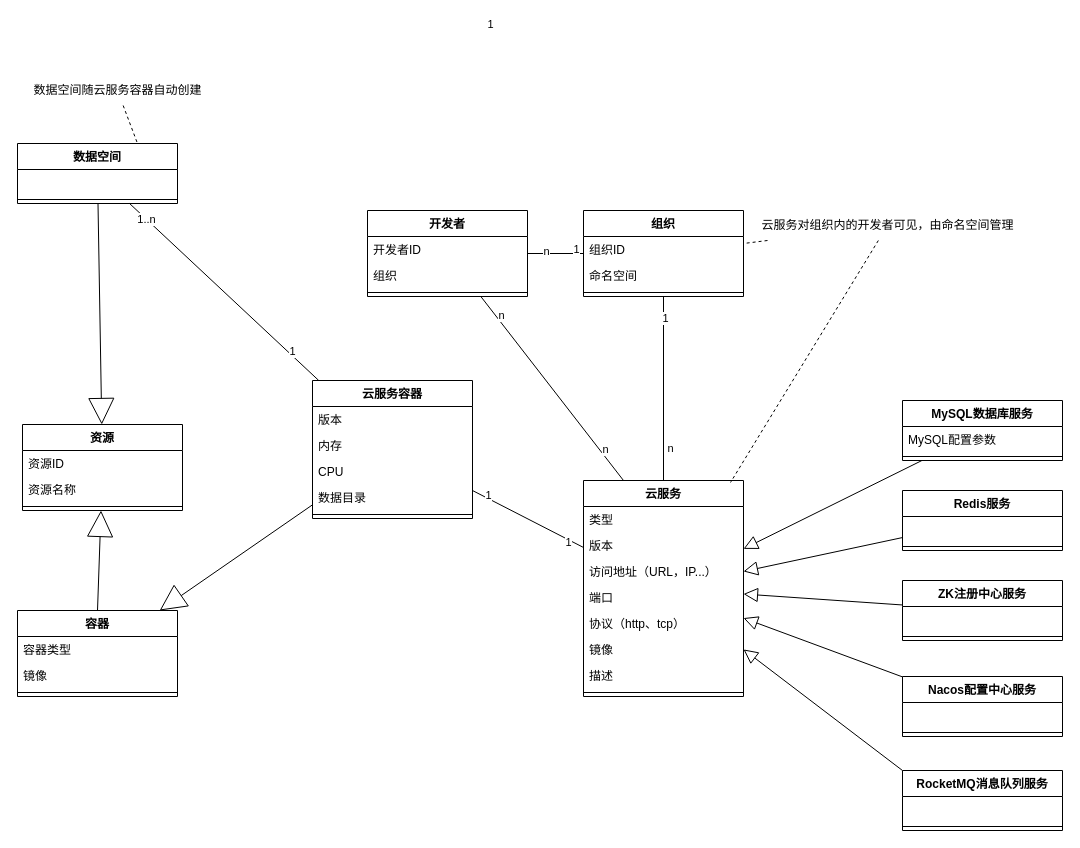
The draw.io diagram page "领域模型-云服务" (3 of 5) of _design_file/03.domain/001.domain.drawio in tatawind/cloud-workspace-docs, before the edit. Source tidied: cells renumbered, new cells numbered last; positions are measured from the earlier drawing's top-left corner, leaving out a move shared by most shapes. Both pictures are drawn from the tidied source at 100%, with x=0, y=0 at pixel (17, 23).
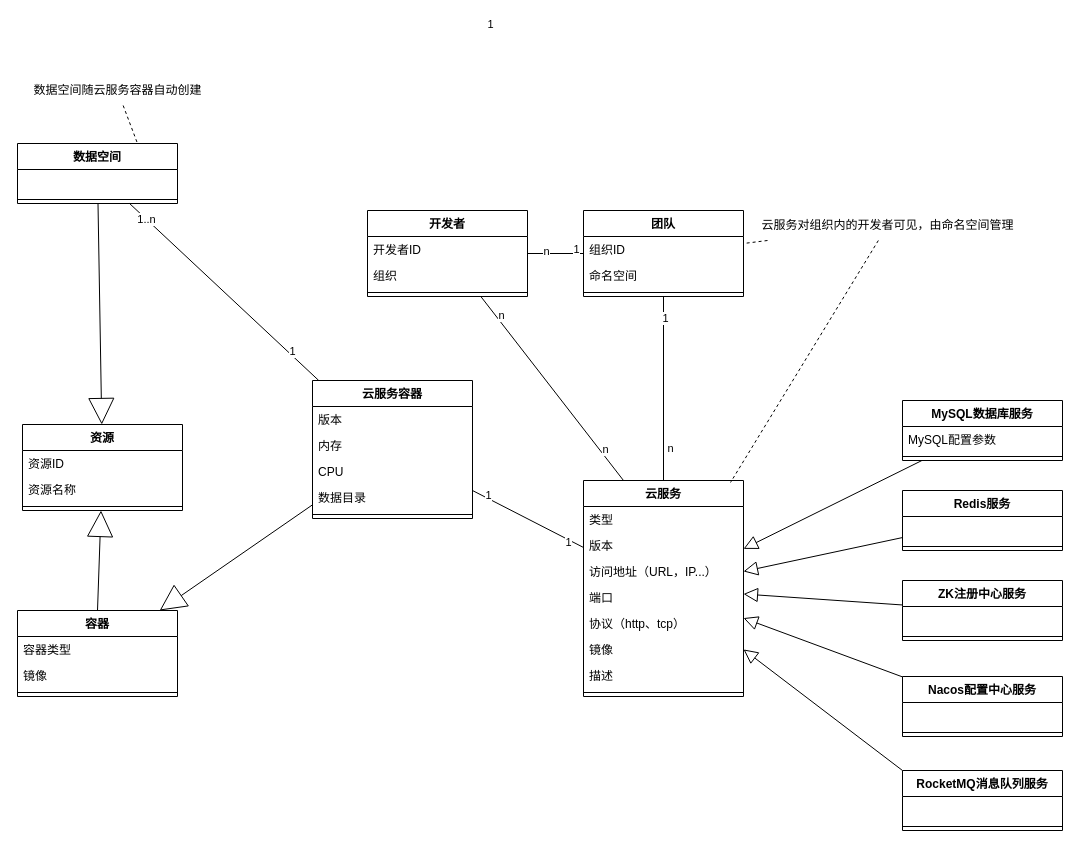
The same diagram, later.

The edit, as a diff of the source:
```diff
@@
-    <mxCell id="32" value="组织" style="swimlane;fontStyle=1;align=center;verticalAlign=top;horizontal=1;startSize=26;" parent="1" vertex="1">
+    <mxCell id="32" value="团队" style="swimlane;fontStyle=1;align=center;verticalAlign=top;horizontal=1;startSize=26;" parent="1" vertex="1">
       <mxGeometry x="566" y="187" width="160" height="86" as="geometry" />
     </mxCell>
```
